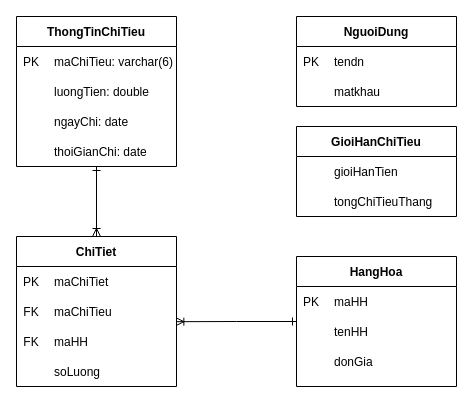
This is Diagrams/ERD.drawio from AkallHuynh/IS216.L21.HTCL-Java, a draw.io file, before an edit. Source tidied: cells renumbered, new cells numbered last; positions are measured from the earlier drawing's top-left corner, leaving out a move shared by most shapes. Both pictures are drawn from the tidied source at 100%, with x=0, y=0 at pixel (16, 16).
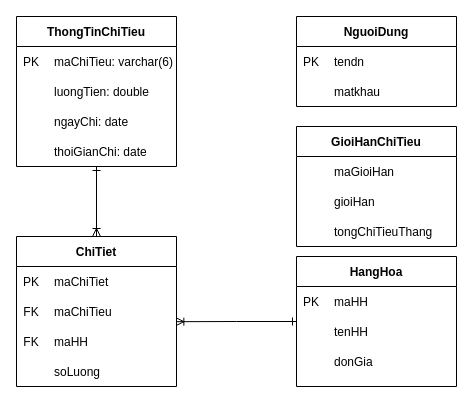
The same page after the edit.

The change refers to these unchanged cells:
```xml
<mxCell id="19" style="shape=partialRectangle;fillColor=none;top=0;left=0;bottom=0;right=0;" parent="18" vertex="1">
  <mxGeometry width="160" height="30" as="geometry" />
</mxCell>
```

The edit, as a diff of the source:
```diff
@@
     <mxCell id="17" value="GioiHanChiTieu" style="swimlane;fontStyle=1;horizontal=1;startSize=30;fillColor=#ffffff;swimlaneFillColor=#ffffff;" parent="1" vertex="1">
-      <mxGeometry x="280" y="110" width="160" height="90" as="geometry" />
+      <mxGeometry x="280" y="110" width="160" height="120" as="geometry" />
     </mxCell>
     <mxCell id="18" style="shape=table;startSize=0;childLayout=tableLayout;rowLines=0;fontStyle=0;align=center;strokeColor=none;fillColor=none;" parent="17" vertex="1">
-      <mxGeometry y="30" width="160" height="60" as="geometry" />
+      <mxGeometry y="30" width="160" height="90" as="geometry" />
     </mxCell>
@@
-    <mxCell id="21" value="gioiHanTien" style="shape=partialRectangle;fillColor=none;top=0;left=0;bottom=0;right=0;align=left;spacingLeft=6;overflow=hidden;" parent="19" vertex="1">
+    <mxCell id="21" value="maGioiHan" style="shape=partialRectangle;fillColor=none;top=0;left=0;bottom=0;right=0;align=left;spacingLeft=6;overflow=hidden;" parent="19" vertex="1">
       <mxGeometry x="30" width="130" height="30" as="geometry" />
     </mxCell>
+    <mxCell id="59" style="shape=partialRectangle;fillColor=none;top=0;left=0;bottom=0;right=0;" parent="18" vertex="1">
+      <mxGeometry y="30" width="160" height="30" as="geometry" />
+    </mxCell>
+    <mxCell id="60" style="shape=partialRectangle;fillColor=none;top=0;left=0;bottom=0;right=0;overflow=hidden;" parent="59" vertex="1">
+      <mxGeometry width="30" height="30" as="geometry" />
+    </mxCell>
+    <mxCell id="61" value="gioiHan" style="shape=partialRectangle;fillColor=none;top=0;left=0;bottom=0;right=0;align=left;spacingLeft=6;overflow=hidden;" parent="59" vertex="1">
+      <mxGeometry x="30" width="130" height="30" as="geometry" />
+    </mxCell>
     <mxCell id="22" style="shape=partialRectangle;fillColor=none;top=0;left=0;bottom=0;right=0;" parent="18" vertex="1">
-      <mxGeometry y="30" width="160" height="30" as="geometry" />
+      <mxGeometry y="60" width="160" height="30" as="geometry" />
     </mxCell>
```
